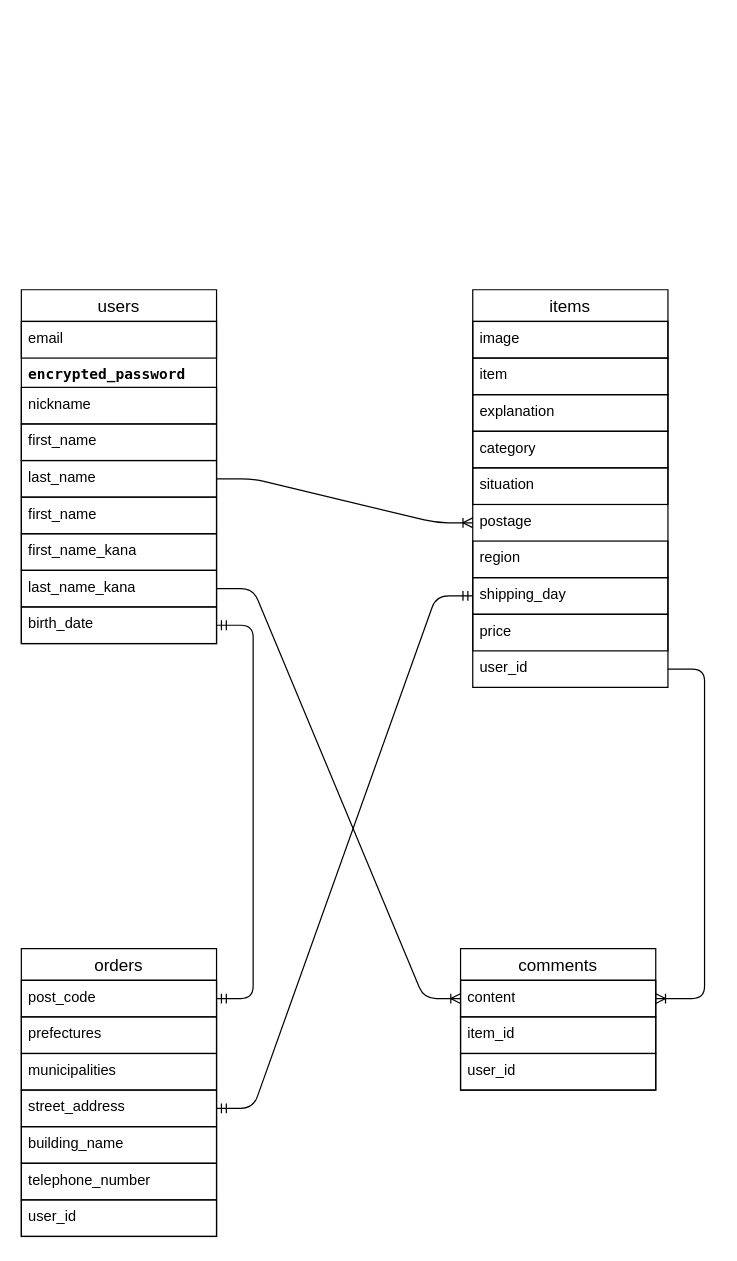
shota-kita/furima-42227 keeps this draw.io diagram as furima.dio. Above is the earlier version. Source tidied: cells renumbered, new cells numbered last; positions are measured from the earlier drawing's top-left corner, leaving out a move shared by most shapes. Both pictures are drawn from the tidied source at 122%, with x=0, y=0 at pixel (21, 289).
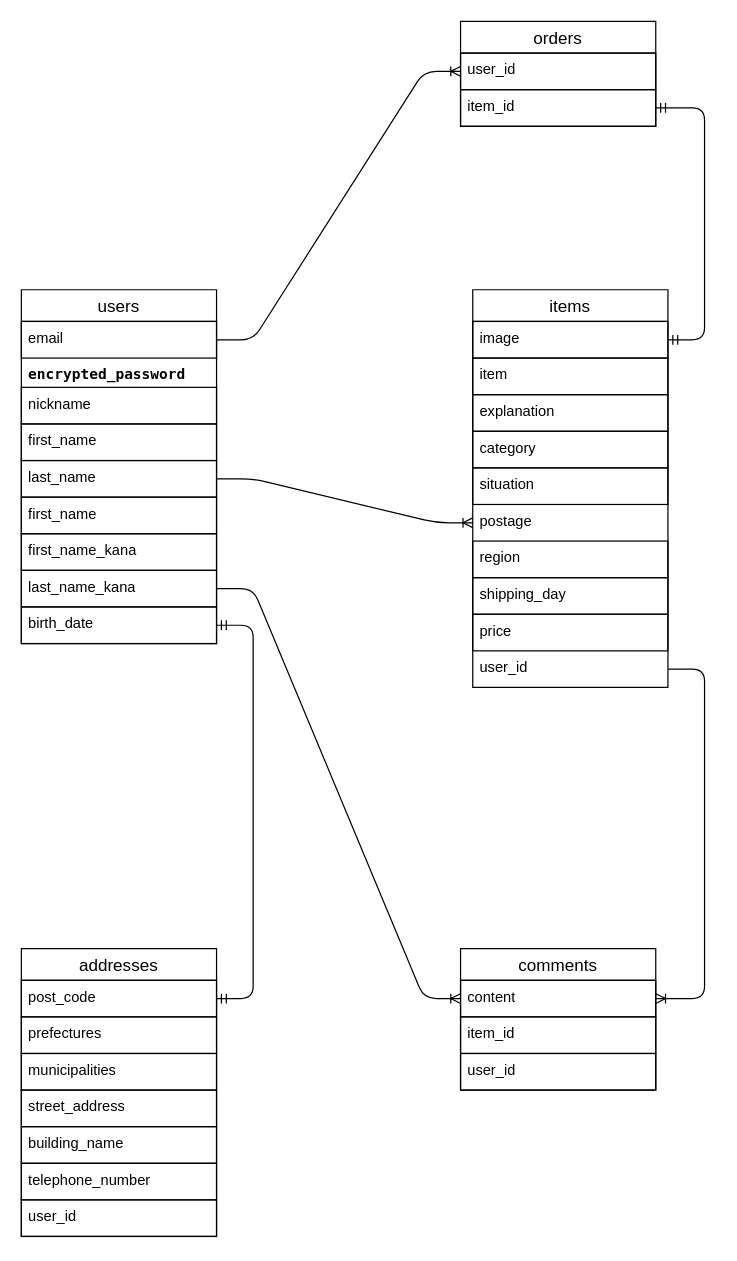
The same diagram, later.

Commit message (it also covers changes not shown here):
DB設計の修正

Unchanged cells that the change refers to:
```xml
<mxCell id="3" value="email" style="text;spacingLeft=4;spacingRight=4;overflow=hidden;points=[[0,0.5],[1,0.5]];portConstraint=eastwest;fontSize=12;whiteSpace=wrap;html=1;align=left;verticalAlign=top;strokeColor=default;" parent="2" vertex="1">
  <mxGeometry y="26" width="160" height="30" as="geometry" />
</mxCell>
<mxCell id="13" value="image" style="text;strokeColor=default;fillColor=none;spacingLeft=4;spacingRight=4;overflow=hidden;points=[[0,0.5],[1,0.5]];portConstraint=eastwest;fontSize=12;whiteSpace=wrap;html=1;" parent="12" vertex="1">
  <mxGeometry y="26" width="160" height="30" as="geometry" />
</mxCell>
<mxCell id="20" value="shipping_day" style="text;strokeColor=default;fillColor=none;spacingLeft=4;spacingRight=4;overflow=hidden;points=[[0,0.5],[1,0.5]];portConstraint=eastwest;fontSize=12;whiteSpace=wrap;html=1;" parent="12" vertex="1">
  <mxGeometry y="236" width="160" height="30" as="geometry" />
</mxCell>
<mxCell id="32" value="street_address" style="text;strokeColor=default;fillColor=none;spacingLeft=4;spacingRight=4;overflow=hidden;points=[[0,0.5],[1,0.5]];portConstraint=eastwest;fontSize=12;whiteSpace=wrap;html=1;" parent="28" vertex="1">
  <mxGeometry y="116" width="160" height="30" as="geometry" />
</mxCell>
```

What changed in the source:
```diff
@@
-    <mxCell id="28" value="orders" style="swimlane;fontStyle=0;horizontal=1;startSize=26;align=center;fontSize=14;" parent="1" vertex="1">
+    <mxCell id="28" value="addresses" style="swimlane;fontStyle=0;horizontal=1;startSize=26;align=center;fontSize=14;" parent="1" vertex="1">
       <mxGeometry y="540" width="160" height="236" as="geometry" />
     </mxCell>
@@
-    <mxCell id="40" style="edgeStyle=entityRelationEdgeStyle;fontSize=12;html=1;endArrow=ERmandOne;startArrow=ERmandOne;" parent="1" edge="1" source="32" target="20">
-      <mxGeometry relative="1" as="geometry" />
-    </mxCell>
+    <mxCell id="41" value="orders" style="swimlane;fontStyle=0;horizontal=1;startSize=26;align=center;fontSize=14;strokeColor=default;" parent="1" vertex="1">
+      <mxGeometry x="360" y="-220" width="160" height="86" as="geometry" />
+    </mxCell>
+    <mxCell id="42" value="user_id" style="text;strokeColor=default;fillColor=none;spacingLeft=4;spacingRight=4;overflow=hidden;points=[[0,0.5],[1,0.5]];portConstraint=eastwest;fontSize=12;whiteSpace=wrap;html=1;" parent="41" vertex="1">
+      <mxGeometry y="26" width="160" height="30" as="geometry" />
+    </mxCell>
+    <mxCell id="43" value="item_id" style="text;strokeColor=default;fillColor=none;spacingLeft=4;spacingRight=4;overflow=hidden;points=[[0,0.5],[1,0.5]];portConstraint=eastwest;fontSize=12;whiteSpace=wrap;html=1;" parent="41" vertex="1">
+      <mxGeometry y="56" width="160" height="30" as="geometry" />
+    </mxCell>
+    <mxCell id="44" style="edgeStyle=entityRelationEdgeStyle;fontSize=12;html=1;endArrow=ERoneToMany;entryX=0;entryY=0.5;entryDx=0;entryDy=0;" parent="1" edge="1" source="3" target="42">
+      <mxGeometry relative="1" as="geometry">
+        <Array as="points">
+          <mxPoint x="190" y="50" />
+        </Array>
+      </mxGeometry>
+    </mxCell>
+    <mxCell id="45" style="edgeStyle=entityRelationEdgeStyle;fontSize=12;html=1;endArrow=ERmandOne;startArrow=ERmandOne;exitX=1;exitY=0.5;exitDx=0;exitDy=0;" parent="1" edge="1" source="43" target="13">
+      <mxGeometry relative="1" as="geometry" />
+    </mxCell>
```
